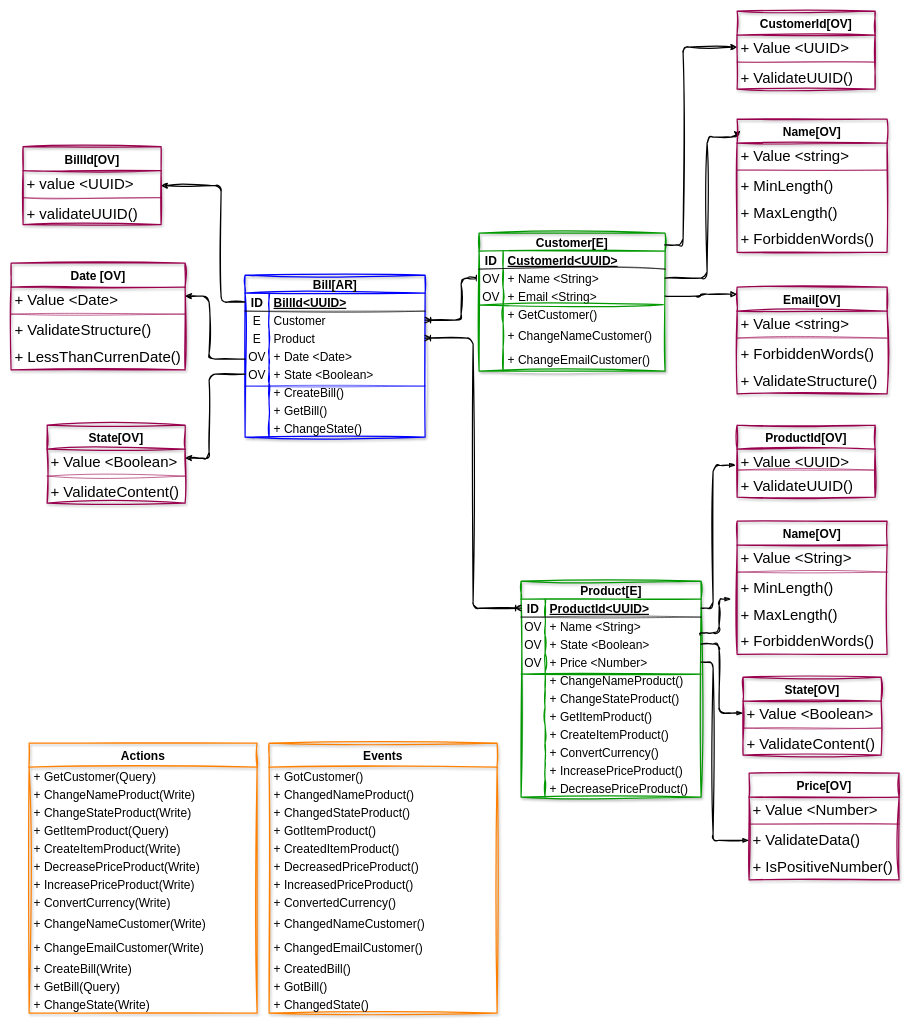
This is page "Bill<AR>" (4 of 5) of Drive-Domain-Design.drawio from training-practice-sofkau/C1-2023-DDD-Colombia, a draw.io file, before an edit. Source tidied: cells renumbered, new cells numbered last; positions are measured from the earlier drawing's top-left corner, leaving out a move shared by most shapes. Both pictures are drawn from the tidied source at 60%, with x=0, y=0 at pixel (11, 11).
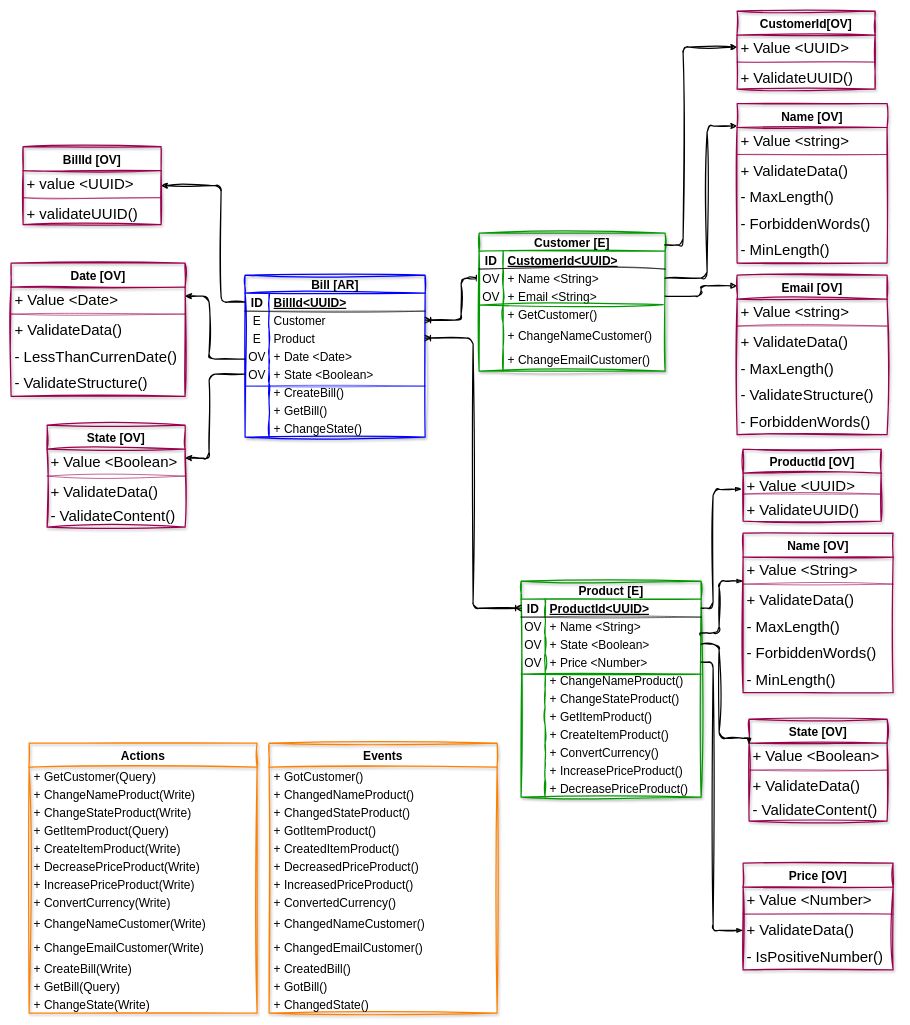
The same diagram, later.

The change refers to these unchanged cells:
```xml
<mxCell id="57" style="shape=tableRow;horizontal=0;startSize=0;swimlaneHead=0;swimlaneBody=0;fillColor=none;points=[[0,0.5],[1,0.5]];portConstraint=eastwest;top=0;left=0;right=0;bottom=0;sketch=1;hachureGap=4;jiggle=2;curveFitting=1;fontFamily=Helvetica;fontSize=20;" parent="53" vertex="1">
  <mxGeometry y="60" width="310" height="30" as="geometry" />
</mxCell>
<mxCell id="98" style="shape=tableRow;horizontal=0;startSize=0;swimlaneHead=0;swimlaneBody=0;fillColor=none;points=[[0,0.5],[1,0.5]];portConstraint=eastwest;top=0;left=0;right=0;bottom=1;sketch=1;hachureGap=4;jiggle=2;curveFitting=1;fontFamily=Helvetica;fontSize=20;" parent="97" vertex="1">
  <mxGeometry y="30" width="300" height="30" as="geometry" />
</mxCell>
<mxCell id="104" style="shape=tableRow;horizontal=0;startSize=0;swimlaneHead=0;swimlaneBody=0;fillColor=none;points=[[0,0.5],[1,0.5]];portConstraint=eastwest;top=0;left=0;right=0;bottom=0;sketch=1;hachureGap=4;jiggle=2;curveFitting=1;fontFamily=Helvetica;fontSize=20;" parent="97" vertex="1">
  <mxGeometry y="90" width="300" height="30" as="geometry" />
</mxCell>
<mxCell id="107" style="shape=tableRow;horizontal=0;startSize=0;swimlaneHead=0;swimlaneBody=0;fillColor=none;points=[[0,0.5],[1,0.5]];portConstraint=eastwest;top=0;left=0;right=0;bottom=0;sketch=1;hachureGap=4;jiggle=2;curveFitting=1;fontFamily=Helvetica;fontSize=20;" parent="97" vertex="1">
  <mxGeometry y="120" width="300" height="30" as="geometry" />
</mxCell>
<mxCell id="132" value="+ Value &lt;Boolean&gt;" style="text;strokeColor=none;fillColor=none;spacingLeft=4;spacingRight=4;overflow=hidden;points=[[0,0.5],[1,0.5]];portConstraint=eastwest;fontSize=25;fontFamily=Helvetica;" parent="131" vertex="1">
  <mxGeometry y="40" width="230" height="40" as="geometry" />
</mxCell>
<mxCell id="137" value="+ Value &lt;String&gt;" style="text;strokeColor=none;fillColor=none;spacingLeft=4;spacingRight=4;overflow=hidden;points=[[0,0.5],[1,0.5]];portConstraint=eastwest;fontSize=25;fontFamily=Helvetica;" parent="136" vertex="1">
  <mxGeometry y="40" width="250" height="40" as="geometry" />
</mxCell>
<mxCell id="145" value="+ Value &lt;UUID&gt;" style="text;strokeColor=none;fillColor=none;spacingLeft=4;spacingRight=4;overflow=hidden;points=[[0,0.5],[1,0.5]];portConstraint=eastwest;fontSize=25;fontFamily=Helvetica;" parent="144" vertex="1">
  <mxGeometry y="40" width="230" height="30" as="geometry" />
</mxCell>
<mxCell id="152" value="+ ValidateData()" style="text;strokeColor=none;fillColor=none;spacingLeft=4;spacingRight=4;overflow=hidden;points=[[0,0.5],[1,0.5]];portConstraint=eastwest;fontSize=25;fontFamily=Helvetica;" parent="149" vertex="1">
  <mxGeometry y="90" width="250" height="44" as="geometry" />
</mxCell>
```

What changed in the source:
```diff
@@
-    <mxCell id="2" value="Bill[AR]" style="shape=table;startSize=30;childLayout=tableLayout;rowLines=0;fontStyle=1;align=center;hachureGap=4;fontFamily=Helvetica;fontSize=20;fillColor=none;swimlaneFillColor=default;rounded=0;shadow=1;strokeWidth=2;labelBorderColor=none;strokeColor=#0000FF;sketch=1;curveFitting=1;jiggle=2;" parent="1" vertex="1">
+    <mxCell id="2" value="Bill [AR]" style="shape=table;startSize=30;childLayout=tableLayout;rowLines=0;fontStyle=1;align=center;hachureGap=4;fontFamily=Helvetica;fontSize=20;fillColor=none;swimlaneFillColor=default;rounded=0;shadow=1;strokeWidth=2;labelBorderColor=none;strokeColor=#0000FF;sketch=1;curveFitting=1;jiggle=2;" parent="1" vertex="1">
       <mxGeometry x="390" y="440" width="300" height="270" as="geometry" />
     </mxCell>
@@
     <mxCell id="28" value="Date [OV]" style="swimlane;fontStyle=1;horizontal=1;startSize=40;align=center;fontSize=20;rounded=0;shadow=1;labelBorderColor=none;sketch=1;hachureGap=4;jiggle=2;fillStyle=cross-hatch;curveFitting=1;strokeColor=#99004D;strokeWidth=2;fontFamily=Helvetica;fillColor=none;gradientColor=none;" parent="1" vertex="1">
-      <mxGeometry y="420" width="290" height="178" as="geometry" />
+      <mxGeometry y="420" width="290" height="222" as="geometry" />
     </mxCell>
@@
-    <mxCell id="31" value="+ ValidateStructure()" style="text;strokeColor=none;fillColor=none;spacingLeft=4;spacingRight=4;overflow=hidden;fontSize=25;fontFamily=Helvetica;" parent="28" vertex="1">
+    <mxCell id="31" value="+ ValidateData()" style="text;strokeColor=none;fillColor=none;spacingLeft=4;spacingRight=4;overflow=hidden;fontSize=25;fontFamily=Helvetica;" parent="28" vertex="1">
       <mxGeometry y="90" width="290" height="44" as="geometry" />
     </mxCell>
-    <mxCell id="32" value="+ LessThanCurrenDate()" style="text;strokeColor=none;fillColor=none;spacingLeft=4;spacingRight=4;overflow=hidden;fontSize=25;fontFamily=Helvetica;" parent="28" vertex="1">
+    <mxCell id="32" value="- LessThanCurrenDate()" style="text;strokeColor=none;fillColor=none;spacingLeft=4;spacingRight=4;overflow=hidden;fontSize=25;fontFamily=Helvetica;" parent="28" vertex="1">
       <mxGeometry y="134" width="290" height="44" as="geometry" />
     </mxCell>
+    <mxCell id="170" value="- ValidateStructure()" style="text;strokeColor=none;fillColor=none;spacingLeft=4;spacingRight=4;overflow=hidden;fontSize=25;fontFamily=Helvetica;" parent="28" vertex="1">
+      <mxGeometry y="178" width="290" height="44" as="geometry" />
+    </mxCell>
@@
-    <mxCell id="34" value="State[OV]" style="swimlane;fontStyle=1;horizontal=1;startSize=40;align=center;fontSize=20;rounded=0;shadow=1;labelBorderColor=none;sketch=1;hachureGap=4;jiggle=2;fillStyle=cross-hatch;curveFitting=1;strokeColor=#99004D;strokeWidth=2;fontFamily=Helvetica;fillColor=none;gradientColor=none;" parent="1" vertex="1">
-      <mxGeometry x="60" y="690" width="230" height="130" as="geometry" />
+    <mxCell id="34" value="State [OV]" style="swimlane;fontStyle=1;horizontal=1;startSize=40;align=center;fontSize=20;rounded=0;shadow=1;labelBorderColor=none;sketch=1;hachureGap=4;jiggle=2;fillStyle=cross-hatch;curveFitting=1;strokeColor=#99004D;strokeWidth=2;fontFamily=Helvetica;fillColor=none;gradientColor=none;" parent="1" vertex="1">
+      <mxGeometry x="60" y="690" width="230" height="170" as="geometry" />
     </mxCell>
@@
-    <mxCell id="37" value="+ ValidateContent()" style="text;strokeColor=none;fillColor=none;spacingLeft=4;spacingRight=4;overflow=hidden;fontSize=25;fontFamily=Helvetica;" parent="34" vertex="1">
+    <mxCell id="37" value="+ ValidateData()" style="text;strokeColor=none;fillColor=none;spacingLeft=4;spacingRight=4;overflow=hidden;fontSize=25;fontFamily=Helvetica;" parent="34" vertex="1">
       <mxGeometry y="90" width="230" height="40" as="geometry" />
     </mxCell>
+    <mxCell id="171" value="- ValidateContent()" style="text;strokeColor=none;fillColor=none;spacingLeft=4;spacingRight=4;overflow=hidden;fontSize=25;fontFamily=Helvetica;" parent="34" vertex="1">
+      <mxGeometry y="130" width="230" height="40" as="geometry" />
+    </mxCell>
@@
-    <mxCell id="53" value="Customer[E]" style="shape=table;startSize=30;childLayout=tableLayout;rowLines=0;fontStyle=1;align=center;hachureGap=4;fontFamily=Helvetica;fontSize=20;fillColor=none;swimlaneFillColor=default;rounded=0;shadow=1;strokeWidth=2;labelBorderColor=none;strokeColor=#009900;sketch=1;curveFitting=1;jiggle=2;" parent="1" vertex="1">
+    <mxCell id="53" value="Customer [E]" style="shape=table;startSize=30;childLayout=tableLayout;rowLines=0;fontStyle=1;align=center;hachureGap=4;fontFamily=Helvetica;fontSize=20;fillColor=none;swimlaneFillColor=default;rounded=0;shadow=1;strokeWidth=2;labelBorderColor=none;strokeColor=#009900;sketch=1;curveFitting=1;jiggle=2;" parent="1" vertex="1">
       <mxGeometry x="780" y="370" width="310" height="230" as="geometry" />
     </mxCell>
@@
     <mxCell id="73" style="edgeStyle=orthogonalEdgeStyle;sketch=1;hachureGap=4;jiggle=2;curveFitting=1;jettySize=auto;html=1;strokeWidth=2;fontFamily=Helvetica;fontSize=25;startArrow=none;startFill=0;endArrow=classic;endFill=1;entryX=0;entryY=0.141;entryDx=0;entryDy=0;entryPerimeter=0;" parent="1" edge="1" source="57" target="74">
       <mxGeometry relative="1" as="geometry">
         <Array as="points">
           <mxPoint x="1160" y="445" />
-          <mxPoint x="1160" y="210" />
-          <mxPoint x="1210" y="210" />
+          <mxPoint x="1160" y="191" />
         </Array>
       </mxGeometry>
     </mxCell>
-    <mxCell id="74" value="Name[OV]" style="swimlane;fontStyle=1;horizontal=1;startSize=40;align=center;fontSize=20;rounded=0;shadow=1;labelBorderColor=none;sketch=1;hachureGap=4;jiggle=2;fillStyle=cross-hatch;curveFitting=1;strokeColor=#99004D;strokeWidth=2;fontFamily=Helvetica;fillColor=none;gradientColor=none;" parent="1" vertex="1">
-      <mxGeometry x="1210" y="180" width="250" height="222" as="geometry" />
+    <mxCell id="74" value="Name [OV]" style="swimlane;fontStyle=1;horizontal=1;startSize=40;align=center;fontSize=20;rounded=0;shadow=1;labelBorderColor=none;sketch=1;hachureGap=4;jiggle=2;fillStyle=cross-hatch;curveFitting=1;strokeColor=#99004D;strokeWidth=2;fontFamily=Helvetica;fillColor=none;gradientColor=none;" parent="1" vertex="1">
+      <mxGeometry x="1210" y="154" width="250" height="266" as="geometry" />
     </mxCell>
@@
-    <mxCell id="77" value="+ MinLength()" style="text;strokeColor=none;fillColor=none;spacingLeft=4;spacingRight=4;overflow=hidden;fontSize=25;fontFamily=Helvetica;" parent="74" vertex="1">
+    <mxCell id="77" value="+ ValidateData()" style="text;strokeColor=none;fillColor=none;spacingLeft=4;spacingRight=4;overflow=hidden;fontSize=25;fontFamily=Helvetica;" parent="74" vertex="1">
       <mxGeometry y="90" width="250" height="44" as="geometry" />
     </mxCell>
-    <mxCell id="78" value="+ MaxLength()" style="text;strokeColor=none;fillColor=none;spacingLeft=4;spacingRight=4;overflow=hidden;fontSize=25;fontFamily=Helvetica;" parent="74" vertex="1">
+    <mxCell id="78" value="- MaxLength()" style="text;strokeColor=none;fillColor=none;spacingLeft=4;spacingRight=4;overflow=hidden;fontSize=25;fontFamily=Helvetica;" parent="74" vertex="1">
       <mxGeometry y="134" width="250" height="44" as="geometry" />
     </mxCell>
-    <mxCell id="79" value="+ ForbiddenWords()" style="text;strokeColor=none;fillColor=none;spacingLeft=4;spacingRight=4;overflow=hidden;fontSize=25;fontFamily=Helvetica;" parent="74" vertex="1">
+    <mxCell id="79" value="- ForbiddenWords()" style="text;strokeColor=none;fillColor=none;spacingLeft=4;spacingRight=4;overflow=hidden;fontSize=25;fontFamily=Helvetica;" parent="74" vertex="1">
       <mxGeometry y="178" width="250" height="44" as="geometry" />
     </mxCell>
+    <mxCell id="172" value="- MinLength()" style="text;strokeColor=none;fillColor=none;spacingLeft=4;spacingRight=4;overflow=hidden;fontSize=25;fontFamily=Helvetica;" parent="74" vertex="1">
+      <mxGeometry y="222" width="250" height="44" as="geometry" />
+    </mxCell>
-    <mxCell id="80" value="Email[OV]" style="swimlane;fontStyle=1;horizontal=1;startSize=40;align=center;fontSize=20;rounded=0;shadow=1;labelBorderColor=none;sketch=1;hachureGap=4;jiggle=2;fillStyle=cross-hatch;curveFitting=1;strokeColor=#99004D;strokeWidth=2;fontFamily=Helvetica;fillColor=none;gradientColor=none;" parent="1" vertex="1">
-      <mxGeometry x="1210" y="460" width="250" height="178" as="geometry" />
+    <mxCell id="80" value="Email [OV]" style="swimlane;fontStyle=1;horizontal=1;startSize=40;align=center;fontSize=20;rounded=0;shadow=1;labelBorderColor=none;sketch=1;hachureGap=4;jiggle=2;fillStyle=cross-hatch;curveFitting=1;strokeColor=#99004D;strokeWidth=2;fontFamily=Helvetica;fillColor=none;gradientColor=none;" parent="1" vertex="1">
+      <mxGeometry x="1210" y="440" width="250" height="266" as="geometry" />
     </mxCell>
@@
-    <mxCell id="83" value="+ ForbiddenWords()" style="text;strokeColor=none;fillColor=none;spacingLeft=4;spacingRight=4;overflow=hidden;fontSize=25;fontFamily=Helvetica;" parent="80" vertex="1">
+    <mxCell id="83" value="+ ValidateData()" style="text;strokeColor=none;fillColor=none;spacingLeft=4;spacingRight=4;overflow=hidden;fontSize=25;fontFamily=Helvetica;" parent="80" vertex="1">
       <mxGeometry y="90" width="250" height="44" as="geometry" />
     </mxCell>
-    <mxCell id="84" value="+ ValidateStructure()" style="text;strokeColor=none;fillColor=none;spacingLeft=4;spacingRight=4;overflow=hidden;fontSize=25;fontFamily=Helvetica;" parent="80" vertex="1">
+    <mxCell id="84" value="- MaxLength()" style="text;strokeColor=none;fillColor=none;spacingLeft=4;spacingRight=4;overflow=hidden;fontSize=25;fontFamily=Helvetica;" parent="80" vertex="1">
       <mxGeometry y="134" width="250" height="44" as="geometry" />
     </mxCell>
+    <mxCell id="173" value="- ValidateStructure()" style="text;strokeColor=none;fillColor=none;spacingLeft=4;spacingRight=4;overflow=hidden;fontSize=25;fontFamily=Helvetica;" parent="80" vertex="1">
+      <mxGeometry y="178" width="250" height="44" as="geometry" />
+    </mxCell>
+    <mxCell id="174" value="- ForbiddenWords()" style="text;strokeColor=none;fillColor=none;spacingLeft=4;spacingRight=4;overflow=hidden;fontSize=25;fontFamily=Helvetica;" parent="80" vertex="1">
+      <mxGeometry y="222" width="250" height="44" as="geometry" />
+    </mxCell>
@@
-    <mxCell id="88" value="BillId[OV]" style="swimlane;fontStyle=1;horizontal=1;startSize=40;align=center;fontSize=20;rounded=0;shadow=1;labelBorderColor=none;sketch=1;hachureGap=4;jiggle=2;fillStyle=cross-hatch;curveFitting=1;strokeColor=#99004D;strokeWidth=2;fontFamily=Helvetica;fillColor=none;gradientColor=none;" parent="1" vertex="1">
+    <mxCell id="88" value="BillId [OV]" style="swimlane;fontStyle=1;horizontal=1;startSize=40;align=center;fontSize=20;rounded=0;shadow=1;labelBorderColor=none;sketch=1;hachureGap=4;jiggle=2;fillStyle=cross-hatch;curveFitting=1;strokeColor=#99004D;strokeWidth=2;fontFamily=Helvetica;fillColor=none;gradientColor=none;" parent="1" vertex="1">
       <mxGeometry x="20" y="226" width="230" height="130" as="geometry" />
     </mxCell>
@@
-    <mxCell id="97" value="Product[E]" style="shape=table;startSize=30;childLayout=tableLayout;rowLines=0;fontStyle=1;align=center;hachureGap=4;fontFamily=Helvetica;fontSize=20;fillColor=none;swimlaneFillColor=default;rounded=0;shadow=1;strokeWidth=2;labelBorderColor=none;strokeColor=#009900;sketch=1;curveFitting=1;jiggle=2;" parent="1" vertex="1">
+    <mxCell id="97" value="Product [E]" style="shape=table;startSize=30;childLayout=tableLayout;rowLines=0;fontStyle=1;align=center;hachureGap=4;fontFamily=Helvetica;fontSize=20;fillColor=none;swimlaneFillColor=default;rounded=0;shadow=1;strokeWidth=2;labelBorderColor=none;strokeColor=#009900;sketch=1;curveFitting=1;jiggle=2;" parent="1" vertex="1">
       <mxGeometry x="850" y="950" width="300" height="360" as="geometry" />
     </mxCell>
@@
-    <mxCell id="131" value="State[OV]" style="swimlane;fontStyle=1;horizontal=1;startSize=40;align=center;fontSize=20;rounded=0;shadow=1;labelBorderColor=none;sketch=1;hachureGap=4;jiggle=2;fillStyle=cross-hatch;curveFitting=1;strokeColor=#99004D;strokeWidth=2;fontFamily=Helvetica;fillColor=none;gradientColor=none;" parent="1" vertex="1">
-      <mxGeometry x="1220" y="1110" width="230" height="130" as="geometry" />
+    <mxCell id="131" value="State [OV]" style="swimlane;fontStyle=1;horizontal=1;startSize=40;align=center;fontSize=20;rounded=0;shadow=1;labelBorderColor=none;sketch=1;hachureGap=4;jiggle=2;fillStyle=cross-hatch;curveFitting=1;strokeColor=#99004D;strokeWidth=2;fontFamily=Helvetica;fillColor=none;gradientColor=none;" parent="1" vertex="1">
+      <mxGeometry x="1230" y="1180" width="230" height="170" as="geometry" />
     </mxCell>
@@
-    <mxCell id="134" value="+ ValidateContent()" style="text;strokeColor=none;fillColor=none;spacingLeft=4;spacingRight=4;overflow=hidden;fontSize=25;fontFamily=Helvetica;" parent="131" vertex="1">
+    <mxCell id="134" value="+ ValidateData()" style="text;strokeColor=none;fillColor=none;spacingLeft=4;spacingRight=4;overflow=hidden;fontSize=25;fontFamily=Helvetica;" parent="131" vertex="1">
       <mxGeometry y="90" width="230" height="40" as="geometry" />
     </mxCell>
+    <mxCell id="175" value="- ValidateContent()" style="text;strokeColor=none;fillColor=none;spacingLeft=4;spacingRight=4;overflow=hidden;fontSize=25;fontFamily=Helvetica;" parent="131" vertex="1">
+      <mxGeometry y="130" width="230" height="40" as="geometry" />
+    </mxCell>
-    <mxCell id="135" style="edgeStyle=orthogonalEdgeStyle;rounded=1;sketch=1;hachureGap=4;jiggle=2;curveFitting=1;jettySize=auto;html=1;entryX=1;entryY=0.5;entryDx=0;entryDy=0;strokeWidth=2;fontFamily=Architects Daughter;fontSize=20;endArrow=none;endFill=0;startArrow=blockThin;startFill=1;" parent="1" edge="1" source="132" target="104">
+    <mxCell id="135" style="edgeStyle=orthogonalEdgeStyle;rounded=1;sketch=1;hachureGap=4;jiggle=2;curveFitting=1;jettySize=auto;html=1;entryX=1;entryY=0.5;entryDx=0;entryDy=0;strokeWidth=2;fontFamily=Architects Daughter;fontSize=20;endArrow=none;endFill=0;startArrow=blockThin;startFill=1;exitX=0;exitY=0.25;exitDx=0;exitDy=0;" parent="1" edge="1" source="131" target="104">
       <mxGeometry relative="1" as="geometry">
         <Array as="points">
-          <mxPoint x="1180" y="1170" />
+          <mxPoint x="1180" y="1212" />
           <mxPoint x="1180" y="1055" />
         </Array>
       </mxGeometry>
     </mxCell>
-    <mxCell id="136" value="Name[OV]" style="swimlane;fontStyle=1;horizontal=1;startSize=40;align=center;fontSize=20;rounded=0;shadow=1;labelBorderColor=none;sketch=1;hachureGap=4;jiggle=2;fillStyle=cross-hatch;curveFitting=1;strokeColor=#99004D;strokeWidth=2;fontFamily=Helvetica;fillColor=none;gradientColor=none;" parent="1" vertex="1">
-      <mxGeometry x="1210" y="850" width="250" height="222" as="geometry" />
+    <mxCell id="136" value="Name [OV]" style="swimlane;fontStyle=1;horizontal=1;startSize=40;align=center;fontSize=20;rounded=0;shadow=1;labelBorderColor=none;sketch=1;hachureGap=4;jiggle=2;fillStyle=cross-hatch;curveFitting=1;strokeColor=#99004D;strokeWidth=2;fontFamily=Helvetica;fillColor=none;gradientColor=none;" parent="1" vertex="1">
+      <mxGeometry x="1220" y="870" width="250" height="266" as="geometry" />
     </mxCell>
@@
-    <mxCell id="139" value="+ MinLength()" style="text;strokeColor=none;fillColor=none;spacingLeft=4;spacingRight=4;overflow=hidden;fontSize=25;fontFamily=Helvetica;" parent="136" vertex="1">
+    <mxCell id="139" value="+ ValidateData()" style="text;strokeColor=none;fillColor=none;spacingLeft=4;spacingRight=4;overflow=hidden;fontSize=25;fontFamily=Helvetica;" parent="136" vertex="1">
       <mxGeometry y="90" width="250" height="44" as="geometry" />
     </mxCell>
-    <mxCell id="140" value="+ MaxLength()" style="text;strokeColor=none;fillColor=none;spacingLeft=4;spacingRight=4;overflow=hidden;fontSize=25;fontFamily=Helvetica;" parent="136" vertex="1">
+    <mxCell id="140" value="- MaxLength()" style="text;strokeColor=none;fillColor=none;spacingLeft=4;spacingRight=4;overflow=hidden;fontSize=25;fontFamily=Helvetica;" parent="136" vertex="1">
       <mxGeometry y="134" width="250" height="44" as="geometry" />
     </mxCell>
-    <mxCell id="141" value="+ ForbiddenWords()" style="text;strokeColor=none;fillColor=none;spacingLeft=4;spacingRight=4;overflow=hidden;fontSize=25;fontFamily=Helvetica;" parent="136" vertex="1">
+    <mxCell id="141" value="- ForbiddenWords()" style="text;strokeColor=none;fillColor=none;spacingLeft=4;spacingRight=4;overflow=hidden;fontSize=25;fontFamily=Helvetica;" parent="136" vertex="1">
       <mxGeometry y="178" width="250" height="44" as="geometry" />
     </mxCell>
+    <mxCell id="176" value="- MinLength()" style="text;strokeColor=none;fillColor=none;spacingLeft=4;spacingRight=4;overflow=hidden;fontSize=25;fontFamily=Helvetica;" parent="136" vertex="1">
+      <mxGeometry y="222" width="250" height="44" as="geometry" />
+    </mxCell>
-    <mxCell id="142" style="edgeStyle=orthogonalEdgeStyle;rounded=1;sketch=1;hachureGap=4;jiggle=2;curveFitting=1;jettySize=auto;html=1;entryX=0.994;entryY=0.001;entryDx=0;entryDy=0;entryPerimeter=0;strokeWidth=2;fontFamily=Architects Daughter;fontSize=20;endArrow=none;endFill=0;startArrow=blockThin;startFill=1;" parent="1" edge="1" target="104">
+    <mxCell id="142" style="edgeStyle=orthogonalEdgeStyle;rounded=1;sketch=1;hachureGap=4;jiggle=2;curveFitting=1;jettySize=auto;html=1;entryX=0.994;entryY=0.001;entryDx=0;entryDy=0;entryPerimeter=0;strokeWidth=2;fontFamily=Architects Daughter;fontSize=20;endArrow=none;endFill=0;startArrow=blockThin;startFill=1;exitX=0;exitY=1;exitDx=0;exitDy=0;exitPerimeter=0;" parent="1" edge="1" source="137" target="104">
       <mxGeometry relative="1" as="geometry">
-        <mxPoint x="1200" y="980" as="sourcePoint" />
         <Array as="points">
-          <mxPoint x="1180" y="980" />
+          <mxPoint x="1180" y="950" />
           <mxPoint x="1180" y="1036" />
           <mxPoint x="1148" y="1036" />
         </Array>
       </mxGeometry>
     </mxCell>
@@
-    <mxCell id="144" value="ProductId[OV]" style="swimlane;fontStyle=1;horizontal=1;startSize=40;align=center;fontSize=20;rounded=0;shadow=1;labelBorderColor=none;sketch=1;hachureGap=4;jiggle=2;fillStyle=cross-hatch;curveFitting=1;strokeColor=#99004D;strokeWidth=2;fontFamily=Helvetica;fillColor=none;gradientColor=none;" parent="1" vertex="1">
-      <mxGeometry x="1210" y="690" width="230" height="120" as="geometry" />
+    <mxCell id="144" value="ProductId [OV]" style="swimlane;fontStyle=1;horizontal=1;startSize=40;align=center;fontSize=20;rounded=0;shadow=1;labelBorderColor=none;sketch=1;hachureGap=4;jiggle=2;fillStyle=cross-hatch;curveFitting=1;strokeColor=#99004D;strokeWidth=2;fontFamily=Helvetica;fillColor=none;gradientColor=none;" parent="1" vertex="1">
+      <mxGeometry x="1220" y="730" width="230" height="120" as="geometry" />
     </mxCell>
@@
     <mxCell id="148" style="edgeStyle=orthogonalEdgeStyle;rounded=1;sketch=1;hachureGap=4;jiggle=2;curveFitting=1;jettySize=auto;html=1;entryX=-0.01;entryY=0.897;entryDx=0;entryDy=0;entryPerimeter=0;strokeColor=default;strokeWidth=2;fontFamily=Architects Daughter;fontSize=20;startArrow=none;startFill=0;endArrow=blockThin;endFill=1;exitX=1;exitY=0.5;exitDx=0;exitDy=0;" parent="1" edge="1" source="98" target="145">
       <mxGeometry relative="1" as="geometry">
         <Array as="points">
           <mxPoint x="1170" y="995" />
-          <mxPoint x="1170" y="757" />
+          <mxPoint x="1170" y="797" />
         </Array>
       </mxGeometry>
     </mxCell>
-    <mxCell id="149" value="Price[OV]" style="swimlane;fontStyle=1;horizontal=1;startSize=40;align=center;fontSize=20;rounded=0;shadow=1;labelBorderColor=none;sketch=1;hachureGap=4;jiggle=2;fillStyle=cross-hatch;curveFitting=1;strokeColor=#99004D;strokeWidth=2;fontFamily=Helvetica;fillColor=none;gradientColor=none;" parent="1" vertex="1">
-      <mxGeometry x="1230" y="1270" width="250" height="178" as="geometry" />
+    <mxCell id="149" value="Price [OV]" style="swimlane;fontStyle=1;horizontal=1;startSize=40;align=center;fontSize=20;rounded=0;shadow=1;labelBorderColor=none;sketch=1;hachureGap=4;jiggle=2;fillStyle=cross-hatch;curveFitting=1;strokeColor=#99004D;strokeWidth=2;fontFamily=Helvetica;fillColor=none;gradientColor=none;" parent="1" vertex="1">
+      <mxGeometry x="1220" y="1420" width="250" height="178" as="geometry" />
     </mxCell>
@@
-    <mxCell id="153" value="+ IsPositiveNumber()" style="text;strokeColor=none;fillColor=none;spacingLeft=4;spacingRight=4;overflow=hidden;fontSize=25;fontFamily=Helvetica;" parent="149" vertex="1">
+    <mxCell id="153" value="- IsPositiveNumber()" style="text;strokeColor=none;fillColor=none;spacingLeft=4;spacingRight=4;overflow=hidden;fontSize=25;fontFamily=Helvetica;" parent="149" vertex="1">
       <mxGeometry y="134" width="250" height="44" as="geometry" />
     </mxCell>
     <mxCell id="154" style="edgeStyle=orthogonalEdgeStyle;rounded=1;sketch=1;hachureGap=4;jiggle=2;curveFitting=1;jettySize=auto;html=1;entryX=1;entryY=0.5;entryDx=0;entryDy=0;strokeColor=default;strokeWidth=2;fontFamily=Architects Daughter;fontSize=20;startArrow=blockThin;startFill=1;endArrow=none;endFill=0;exitX=0;exitY=0.5;exitDx=0;exitDy=0;" parent="1" edge="1" source="152" target="107">
       <mxGeometry relative="1" as="geometry">
         <Array as="points">
-          <mxPoint x="1170" y="1382" />
+          <mxPoint x="1170" y="1532" />
           <mxPoint x="1170" y="1085" />
         </Array>
       </mxGeometry>
     </mxCell>
```
